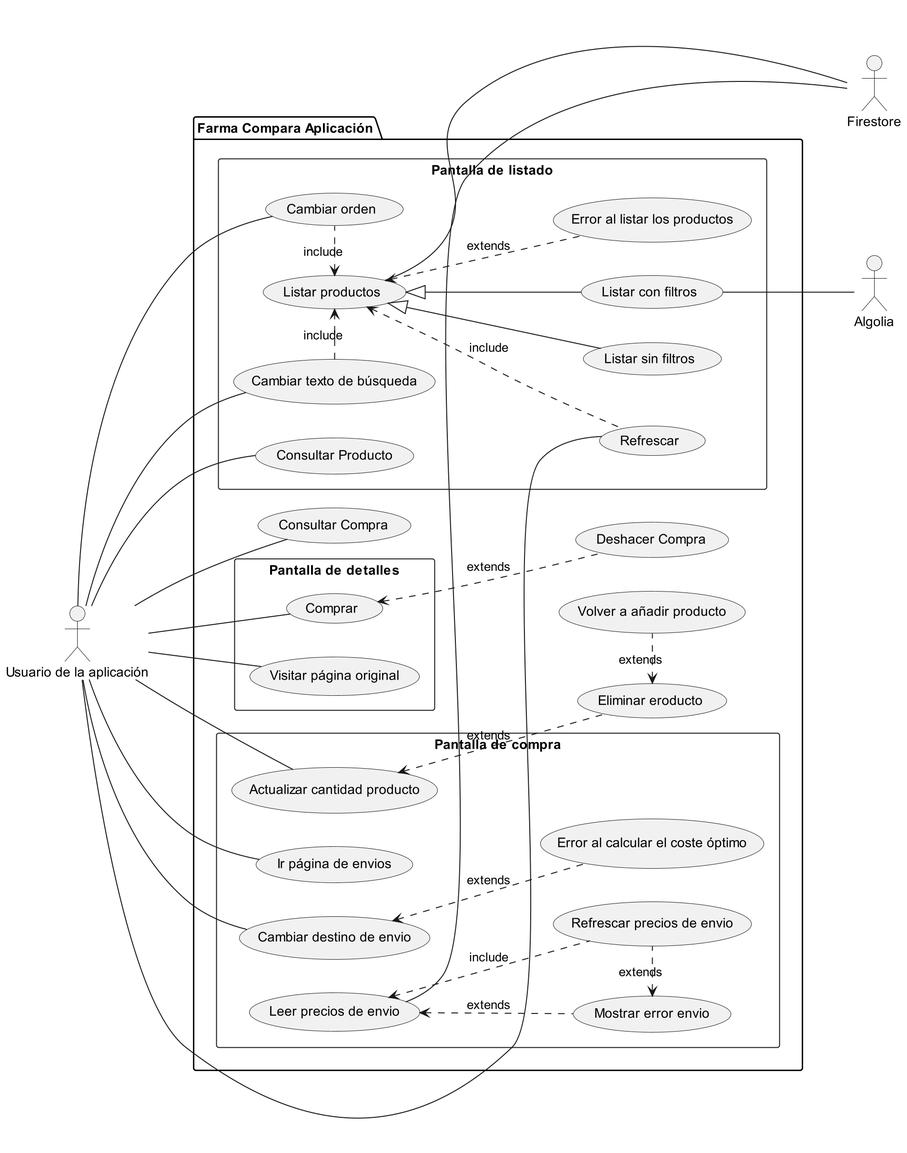
Before: out/docs/uml/casos_de_uso_app/casos_de_uso_app.png, a diagram exported from PlantUML (Cavitedev/FarmaCompara).
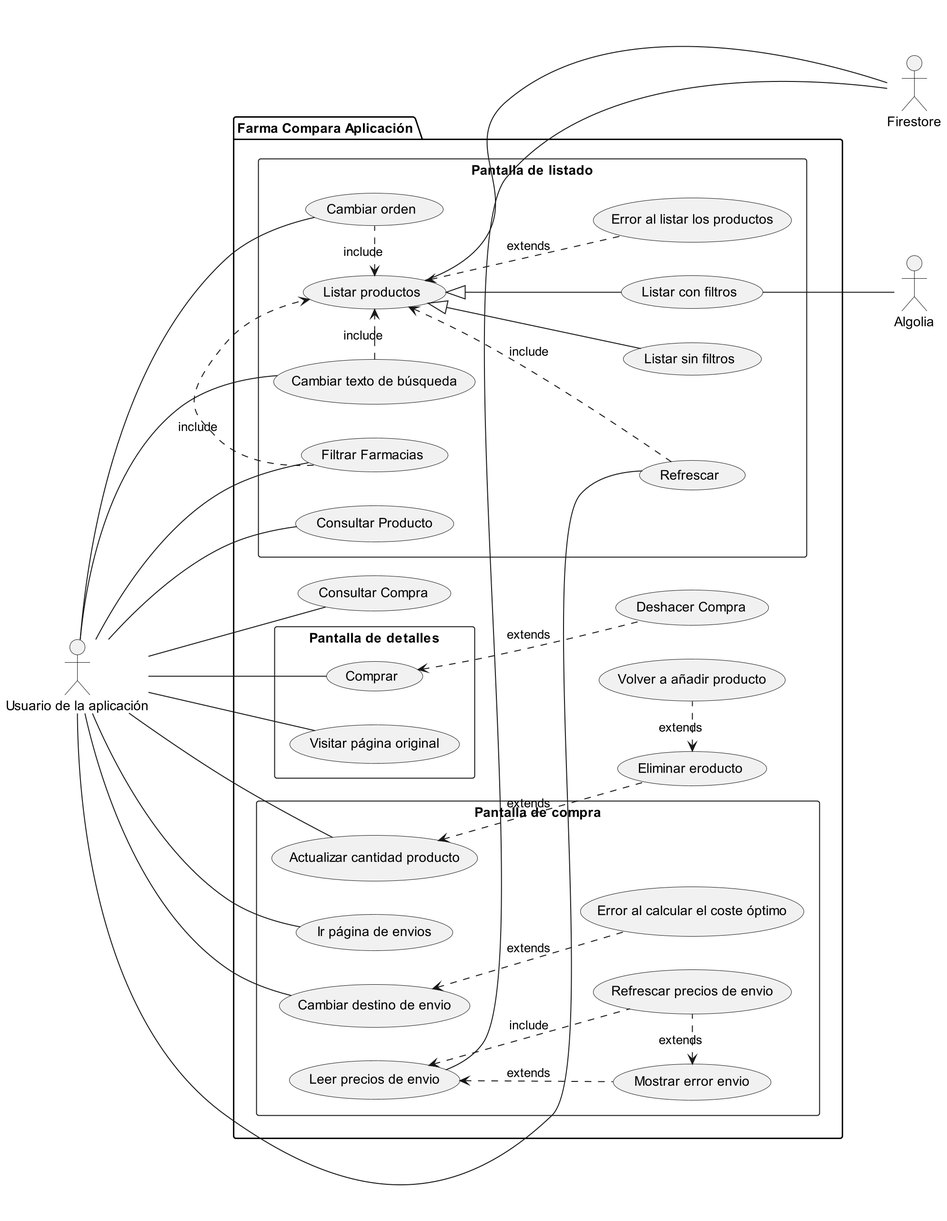
After the commit.

Commit message:
docs: :memo: #17 Actualizar diagrama de casos de uso

What changed in the source:
```diff
@@ -18,13 +18,13 @@
         usecase Refrescar
         usecase OrdenProd as "Cambiar orden"
         usecase BusquedaTexto as "Cambiar texto de búsqueda"
+        usecase FiltrarFarmacias as "Filtrar Farmacias"
 
         usecase ListarProductos as "Listar productos"
         usecase ListarSinFiltros as "Listar sin filtros"
         usecase ListarConFiltros as "Listar con filtros"
 
         usecase ErrorListado as "Error al listar los productos"
-
         usecase ConsultarProducto as "Consultar Producto"
     }
 
@@ -66,6 +66,7 @@
 Usuario -- IrPaginaEnvios
 Usuario -- CambiarEnvio
 Usuario -- Visitar_Pagina
+Usuario -- FiltrarFarmacias
 
 
 ListarProductos --- Firebase
@@ -75,6 +76,7 @@
 Refrescar .up.> ListarProductos : include
 OrdenProd .left.> ListarProductos : include
 BusquedaTexto .> ListarProductos : include
+FiltrarFarmacias .> ListarProductos : include
 ListarProductos <.. ErrorListado : extends
 
 Comprar <.. DeshacerCompra : extends
```
